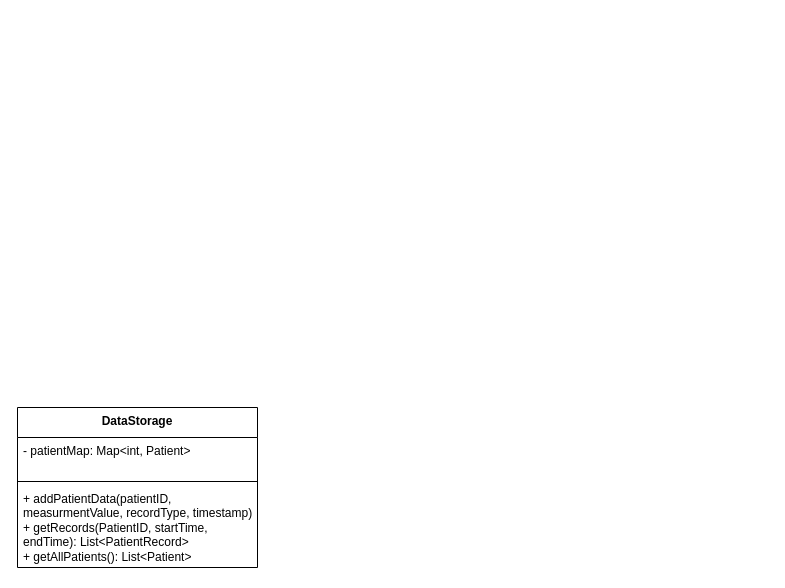
almadav0010/SoftverEngi_G79 keeps this draw.io diagram as UML_Chart.drawio. Above is the earlier version. Source tidied: cells renumbered, new cells numbered last; positions are measured from the earlier drawing's top-left corner, leaving out a move shared by most shapes. Both pictures are drawn from the tidied source at 100%, with x=0, y=0 at pixel (17, 407).
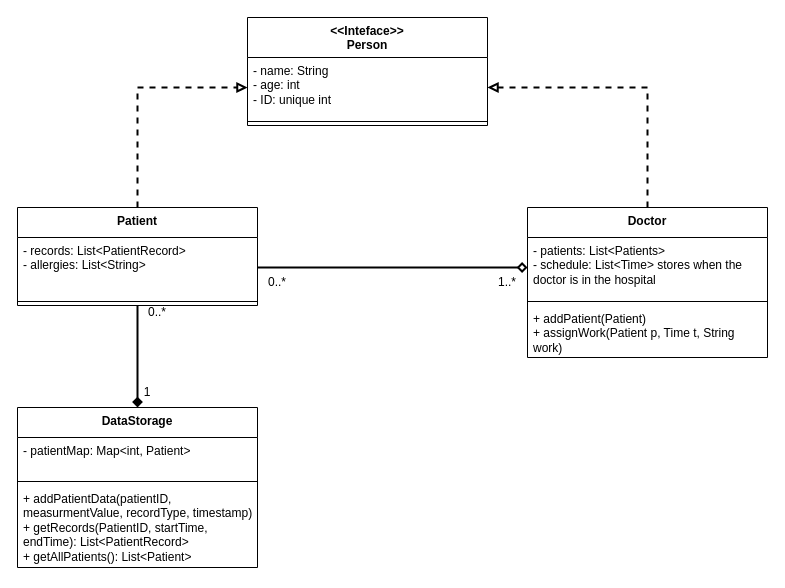
The same diagram, later.

The change refers to these unchanged cells:
```xml
<mxCell id="2" value="&lt;div&gt;&lt;span style=&quot;background-color: transparent; color: light-dark(rgb(0, 0, 0), rgb(255, 255, 255));&quot;&gt;DataStorage&lt;/span&gt;&lt;/div&gt;" style="swimlane;fontStyle=1;align=center;verticalAlign=top;horizontal=1;startSize=30;whiteSpace=wrap;html=1;" parent="1" vertex="1">
  <mxGeometry width="240" height="160" as="geometry" />
</mxCell>
```

What changed in the source:
```diff
@@
+    <mxCell id="6" style="edgeStyle=orthogonalEdgeStyle;rounded=0;jettySize=auto;html=1;exitX=0.5;exitY=0;exitDx=0;exitDy=0;endArrow=none;endFill=0;strokeWidth=2;startArrow=diamond;startFill=1;" parent="1" edge="1" source="2" target="8">
+      <mxGeometry relative="1" as="geometry" />
+    </mxCell>
@@
+    <mxCell id="7" style="edgeStyle=orthogonalEdgeStyle;rounded=0;jettySize=auto;html=1;exitX=0.5;exitY=0;exitDx=0;exitDy=0;dashed=1;strokeWidth=2;endArrow=block;endFill=0;" parent="1" edge="1" source="8" target="14">
+      <mxGeometry relative="1" as="geometry" />
+    </mxCell>
+    <mxCell id="8" value="&lt;div&gt;&lt;span style=&quot;background-color: transparent; color: light-dark(rgb(0, 0, 0), rgb(255, 255, 255));&quot;&gt;Patient&lt;/span&gt;&lt;/div&gt;" style="swimlane;fontStyle=1;align=center;verticalAlign=top;horizontal=1;startSize=30;whiteSpace=wrap;html=1;" parent="1" vertex="1">
+      <mxGeometry y="-200" width="240" height="98" as="geometry" />
+    </mxCell>
+    <mxCell id="9" value="&lt;div&gt;- records: List&amp;lt;PatientRecord&amp;gt;&lt;/div&gt;&lt;div&gt;- allergies: List&amp;lt;String&amp;gt;&amp;nbsp;&lt;/div&gt;" style="text;strokeColor=none;fillColor=none;align=left;verticalAlign=top;spacingLeft=4;spacingRight=4;overflow=hidden;points=[[0,0.5],[1,0.5]];portConstraint=eastwest;whiteSpace=wrap;html=1;" parent="8" vertex="1">
+      <mxGeometry y="30" width="240" height="60" as="geometry" />
+    </mxCell>
+    <mxCell id="10" style="line;strokeWidth=1;fillColor=none;align=left;verticalAlign=middle;spacingTop=-1;spacingLeft=3;spacingRight=3;labelPosition=right;strokeColor=inherit;" parent="8" vertex="1">
+      <mxGeometry y="90" width="240" height="8" as="geometry" />
+    </mxCell>
+    <mxCell id="11" value="1" style="text;html=1;whiteSpace=wrap;strokeColor=none;fillColor=none;align=center;verticalAlign=middle;rounded=0;" parent="1" vertex="1">
+      <mxGeometry x="110" y="-20" width="40" height="10" as="geometry" />
+    </mxCell>
+    <mxCell id="12" value="0..*" style="text;html=1;whiteSpace=wrap;strokeColor=none;fillColor=none;align=center;verticalAlign=middle;rounded=0;" parent="1" vertex="1">
+      <mxGeometry x="120" y="-100" width="40" height="10" as="geometry" />
+    </mxCell>
+    <mxCell id="13" value="&lt;div&gt;&lt;span style=&quot;background-color: transparent; color: light-dark(rgb(0, 0, 0), rgb(255, 255, 255));&quot;&gt;&amp;lt;&amp;lt;Inteface&amp;gt;&amp;gt;&lt;br&gt;Person&lt;/span&gt;&lt;/div&gt;" style="swimlane;fontStyle=1;align=center;verticalAlign=top;horizontal=1;startSize=40;whiteSpace=wrap;html=1;" parent="1" vertex="1">
+      <mxGeometry x="230" y="-390" width="240" height="108" as="geometry" />
+    </mxCell>
+    <mxCell id="14" value="- name: String&lt;div&gt;- age: int&lt;/div&gt;&lt;div&gt;&lt;span style=&quot;background-color: transparent; color: light-dark(rgb(0, 0, 0), rgb(255, 255, 255));&quot;&gt;- ID: unique int&amp;nbsp;&lt;/span&gt;&lt;/div&gt;" style="text;strokeColor=none;fillColor=none;align=left;verticalAlign=top;spacingLeft=4;spacingRight=4;overflow=hidden;points=[[0,0.5],[1,0.5]];portConstraint=eastwest;whiteSpace=wrap;html=1;" parent="13" vertex="1">
+      <mxGeometry y="40" width="240" height="60" as="geometry" />
+    </mxCell>
+    <mxCell id="15" style="line;strokeWidth=1;fillColor=none;align=left;verticalAlign=middle;spacingTop=-1;spacingLeft=3;spacingRight=3;labelPosition=right;strokeColor=inherit;" parent="13" vertex="1">
+      <mxGeometry y="100" width="240" height="8" as="geometry" />
+    </mxCell>
+    <mxCell id="16" style="edgeStyle=orthogonalEdgeStyle;rounded=0;jettySize=auto;html=1;exitX=0.5;exitY=0;exitDx=0;exitDy=0;dashed=1;strokeWidth=2;endArrow=block;endFill=0;" parent="1" edge="1" source="17" target="14">
+      <mxGeometry relative="1" as="geometry" />
+    </mxCell>
+    <mxCell id="17" value="&lt;div&gt;&lt;span style=&quot;background-color: transparent; color: light-dark(rgb(0, 0, 0), rgb(255, 255, 255));&quot;&gt;Doctor&lt;/span&gt;&lt;/div&gt;" style="swimlane;fontStyle=1;align=center;verticalAlign=top;horizontal=1;startSize=30;whiteSpace=wrap;html=1;" parent="1" vertex="1">
+      <mxGeometry x="510" y="-200" width="240" height="150" as="geometry" />
+    </mxCell>
+    <mxCell id="18" value="&lt;div&gt;- patients: List&amp;lt;Patients&amp;gt;&lt;/div&gt;&lt;div&gt;&lt;span style=&quot;background-color: transparent; color: light-dark(rgb(0, 0, 0), rgb(255, 255, 255));&quot;&gt;- schedule: List&amp;lt;Time&amp;gt; stores when the doctor is in the hospital&amp;nbsp;&lt;/span&gt;&lt;/div&gt;" style="text;strokeColor=none;fillColor=none;align=left;verticalAlign=top;spacingLeft=4;spacingRight=4;overflow=hidden;points=[[0,0.5],[1,0.5]];portConstraint=eastwest;whiteSpace=wrap;html=1;" parent="17" vertex="1">
+      <mxGeometry y="30" width="240" height="60" as="geometry" />
+    </mxCell>
+    <mxCell id="19" style="line;strokeWidth=1;fillColor=none;align=left;verticalAlign=middle;spacingTop=-1;spacingLeft=3;spacingRight=3;labelPosition=right;strokeColor=inherit;" parent="17" vertex="1">
+      <mxGeometry y="90" width="240" height="8" as="geometry" />
+    </mxCell>
+    <mxCell id="20" value="&lt;div&gt;+ addPatient(Patient)&lt;/div&gt;&lt;div&gt;+ assignWork(Patient p, Time t, String work)&lt;/div&gt;" style="text;strokeColor=none;fillColor=none;align=left;verticalAlign=top;spacingLeft=4;spacingRight=4;overflow=hidden;whiteSpace=wrap;html=1;" parent="17" vertex="1">
+      <mxGeometry y="98" width="240" height="52" as="geometry" />
+    </mxCell>
+    <mxCell id="21" style="edgeStyle=orthogonalEdgeStyle;rounded=0;jettySize=auto;html=1;exitX=0;exitY=0.5;exitDx=0;exitDy=0;entryX=1;entryY=0.5;entryDx=0;entryDy=0;endArrow=none;endFill=0;startArrow=diamond;startFill=0;strokeWidth=2;" parent="1" edge="1" source="18" target="9">
+      <mxGeometry relative="1" as="geometry" />
+    </mxCell>
+    <mxCell id="22" value="1..*" style="text;html=1;whiteSpace=wrap;strokeColor=none;fillColor=none;align=center;verticalAlign=middle;rounded=0;" parent="1" vertex="1">
+      <mxGeometry x="470" y="-130" width="40" height="10" as="geometry" />
+    </mxCell>
+    <mxCell id="23" value="0..*" style="text;html=1;whiteSpace=wrap;strokeColor=none;fillColor=none;align=center;verticalAlign=middle;rounded=0;" parent="1" vertex="1">
+      <mxGeometry x="240" y="-130" width="40" height="10" as="geometry" />
+    </mxCell>
```
